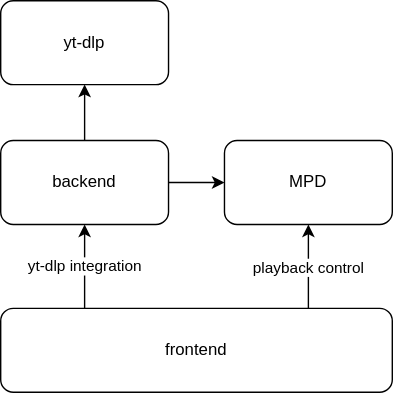
Earlier version of the draw.io export sanic.drawio.svg (cccb/sanic). Source tidied: cells renumbered, new cells last; positions are measured from the earlier drawing's top-left corner, leaving out a move shared by most shapes.
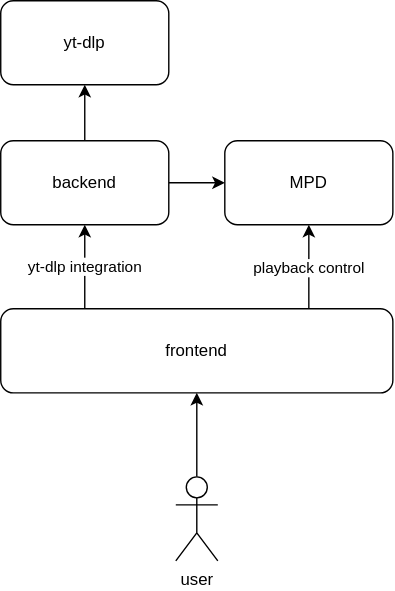
After the change.

Diff of the diagram source:
```diff
@@ -46,5 +46,11 @@
     <mxCell id="11" value="yt-dlp" style="rounded=1;whiteSpace=wrap;html=1;" parent="1" vertex="1">
       <mxGeometry width="120" height="60" as="geometry" />
     </mxCell>
+    <mxCell id="12" style="edgeStyle=orthogonalEdgeStyle;rounded=0;jettySize=auto;html=1;" parent="1" edge="1" source="13" target="10">
+      <mxGeometry relative="1" as="geometry" />
+    </mxCell>
+    <mxCell id="13" value="user" style="shape=umlActor;verticalLabelPosition=bottom;verticalAlign=top;html=1;outlineConnect=0;" parent="1" vertex="1">
+      <mxGeometry x="125" y="340" width="30" height="60" as="geometry" />
+    </mxCell>
   </root>
 </mxGraphModel>
```
